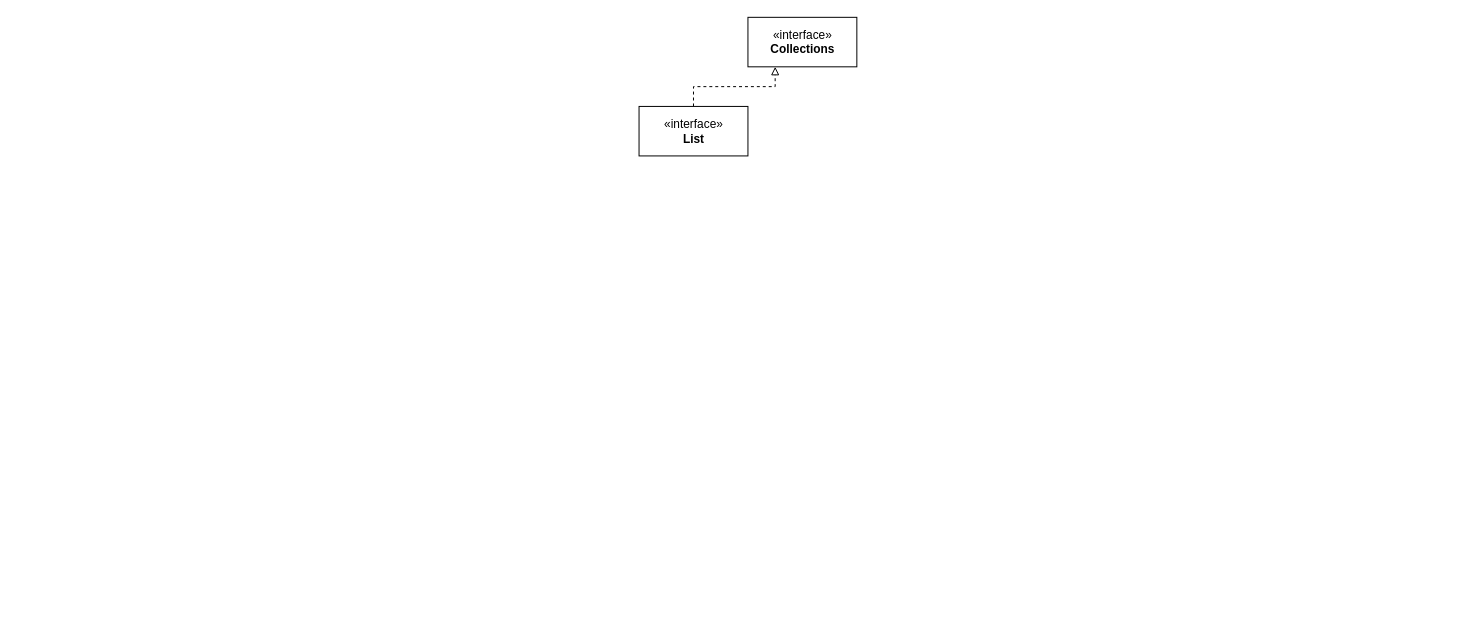
The draw.io diagram page "Collections" (24 of 24) of Untitled Diagram.drawio in antonshikalyov/Diagram-patterns-, before the edit. Source tidied: cells renumbered, new cells numbered last; positions are measured from the earlier drawing's top-left corner, leaving out a move shared by most shapes. Both pictures are drawn from the tidied source at 99%, with x=0, y=0 at pixel (639, 17).
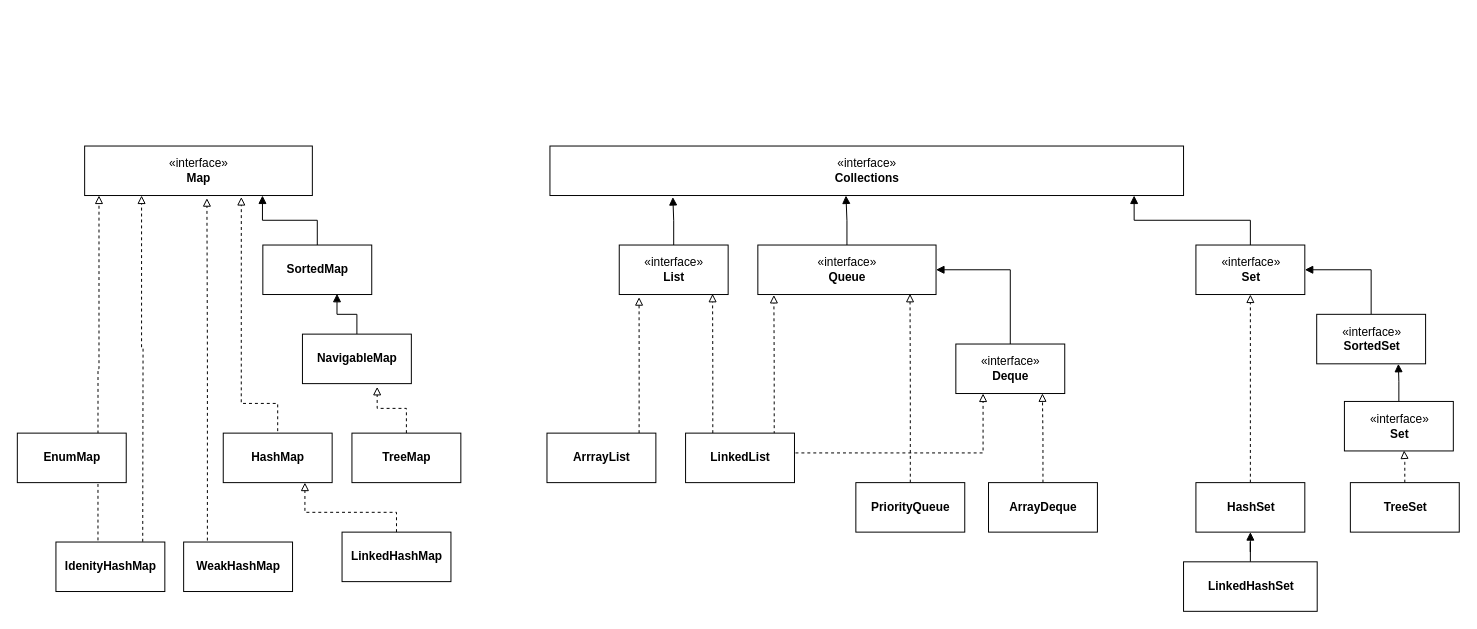
The same page after the edit.

What changed in the source:
```diff
@@
     <mxCell id="2" value="«interface»&lt;br&gt;&lt;b&gt;Collections&lt;/b&gt;" style="html=1;" parent="1" vertex="1">
-      <mxGeometry x="110" width="110" height="50" as="geometry" />
+      <mxGeometry x="-90" y="130" width="640" height="50" as="geometry" />
     </mxCell>
-    <mxCell id="3" style="edgeStyle=orthogonalEdgeStyle;rounded=0;jettySize=auto;html=1;entryX=0.25;entryY=1;entryDx=0;entryDy=0;dashed=1;endArrow=block;endFill=0;" parent="1" edge="1" source="4" target="2">
+    <mxCell id="3" style="edgeStyle=orthogonalEdgeStyle;rounded=0;jettySize=auto;html=1;entryX=0.194;entryY=1.031;entryDx=0;entryDy=0;endArrow=block;endFill=1;exitX=0.5;exitY=0;exitDx=0;exitDy=0;entryPerimeter=0;" parent="1" edge="1" source="4" target="2">
       <mxGeometry relative="1" as="geometry" />
     </mxCell>
     <mxCell id="4" value="«interface»&lt;br&gt;&lt;b&gt;List&lt;/b&gt;" style="html=1;" parent="1" vertex="1">
-      <mxGeometry y="90" width="110" height="50" as="geometry" />
+      <mxGeometry x="-20" y="230" width="110" height="50" as="geometry" />
     </mxCell>
+    <mxCell id="5" style="edgeStyle=orthogonalEdgeStyle;rounded=0;jettySize=auto;html=1;entryX=0.182;entryY=1.054;entryDx=0;entryDy=0;dashed=1;endArrow=block;endFill=0;exitX=0.846;exitY=0;exitDx=0;exitDy=0;exitPerimeter=0;entryPerimeter=0;" parent="1" edge="1" source="6" target="4">
+      <mxGeometry relative="1" as="geometry" />
+    </mxCell>
+    <mxCell id="6" value="&lt;b&gt;ArrrayList&lt;/b&gt;" style="html=1;" parent="1" vertex="1">
+      <mxGeometry x="-93" y="420" width="110" height="50" as="geometry" />
+    </mxCell>
+    <mxCell id="7" style="edgeStyle=orthogonalEdgeStyle;rounded=0;jettySize=auto;html=1;entryX=0.857;entryY=0.986;entryDx=0;entryDy=0;entryPerimeter=0;dashed=1;endArrow=block;endFill=0;exitX=0.25;exitY=0;exitDx=0;exitDy=0;" parent="1" edge="1" source="10" target="4">
+      <mxGeometry relative="1" as="geometry" />
+    </mxCell>
+    <mxCell id="8" style="edgeStyle=orthogonalEdgeStyle;rounded=0;jettySize=auto;html=1;entryX=0.09;entryY=1.009;entryDx=0;entryDy=0;entryPerimeter=0;dashed=1;endArrow=block;endFill=0;exitX=0.814;exitY=0.02;exitDx=0;exitDy=0;exitPerimeter=0;" parent="1" edge="1" source="10" target="12">
+      <mxGeometry relative="1" as="geometry" />
+    </mxCell>
+    <mxCell id="9" style="edgeStyle=orthogonalEdgeStyle;rounded=0;jettySize=auto;html=1;dashed=1;endArrow=block;endFill=0;entryX=0.25;entryY=1;entryDx=0;entryDy=0;exitX=1;exitY=0.5;exitDx=0;exitDy=0;" parent="1" edge="1" source="10">
+      <mxGeometry relative="1" as="geometry">
+        <mxPoint x="347.5" y="380" as="targetPoint" />
+        <Array as="points">
+          <mxPoint x="157" y="440" />
+          <mxPoint x="347" y="440" />
+        </Array>
+      </mxGeometry>
+    </mxCell>
+    <mxCell id="10" value="&lt;b&gt;LinkedList&lt;/b&gt;" style="html=1;" parent="1" vertex="1">
+      <mxGeometry x="47" y="420" width="110" height="50" as="geometry" />
+    </mxCell>
+    <mxCell id="11" style="edgeStyle=orthogonalEdgeStyle;rounded=0;jettySize=auto;html=1;endArrow=block;endFill=1;exitX=0.5;exitY=0;exitDx=0;exitDy=0;" parent="1" edge="1" source="12">
+      <mxGeometry relative="1" as="geometry">
+        <mxPoint x="209" y="180" as="targetPoint" />
+      </mxGeometry>
+    </mxCell>
+    <mxCell id="12" value="«interface»&lt;br&gt;&lt;b&gt;Queue&lt;/b&gt;" style="html=1;" parent="1" vertex="1">
+      <mxGeometry x="120" y="230" width="180" height="50" as="geometry" />
+    </mxCell>
+    <mxCell id="13" style="edgeStyle=orthogonalEdgeStyle;rounded=0;jettySize=auto;html=1;entryX=1;entryY=0.5;entryDx=0;entryDy=0;endArrow=block;endFill=1;exitX=0.5;exitY=0;exitDx=0;exitDy=0;" parent="1" edge="1" source="14" target="12">
+      <mxGeometry relative="1" as="geometry" />
+    </mxCell>
+    <mxCell id="14" value="«interface»&lt;br&gt;&lt;b&gt;Deque&lt;/b&gt;" style="html=1;" parent="1" vertex="1">
+      <mxGeometry x="320" y="330" width="110" height="50" as="geometry" />
+    </mxCell>
+    <mxCell id="15" style="edgeStyle=orthogonalEdgeStyle;rounded=0;jettySize=auto;html=1;endArrow=block;endFill=0;dashed=1;entryX=0.854;entryY=0.986;entryDx=0;entryDy=0;entryPerimeter=0;" parent="1" edge="1" source="16" target="12">
+      <mxGeometry relative="1" as="geometry" />
+    </mxCell>
+    <mxCell id="16" value="&lt;b&gt;PriorityQueue&lt;/b&gt;" style="html=1;" parent="1" vertex="1">
+      <mxGeometry x="219" y="470" width="110" height="50" as="geometry" />
+    </mxCell>
+    <mxCell id="17" value="«interface»&lt;br&gt;&lt;b&gt;Map&lt;br&gt;&lt;/b&gt;" style="html=1;" parent="1" vertex="1">
+      <mxGeometry x="-560" y="130" width="230" height="50" as="geometry" />
+    </mxCell>
+    <mxCell id="18" style="edgeStyle=orthogonalEdgeStyle;rounded=0;jettySize=auto;html=1;entryX=0.063;entryY=1;entryDx=0;entryDy=0;entryPerimeter=0;endArrow=block;endFill=0;dashed=1;exitX=0.386;exitY=-0.033;exitDx=0;exitDy=0;exitPerimeter=0;" parent="1" edge="1" source="25" target="17">
+      <mxGeometry relative="1" as="geometry" />
+    </mxCell>
+    <mxCell id="19" value="&lt;b&gt;EnumMap&lt;/b&gt;" style="html=1;" parent="1" vertex="1">
+      <mxGeometry x="-628" y="420" width="110" height="50" as="geometry" />
+    </mxCell>
+    <mxCell id="20" style="edgeStyle=orthogonalEdgeStyle;rounded=0;jettySize=auto;html=1;entryX=0.781;entryY=1;entryDx=0;entryDy=0;entryPerimeter=0;endArrow=block;endFill=1;" parent="1" edge="1" source="21" target="17">
+      <mxGeometry relative="1" as="geometry" />
+    </mxCell>
+    <mxCell id="21" value="&lt;b&gt;SortedMap&lt;br&gt;&lt;/b&gt;" style="html=1;" parent="1" vertex="1">
+      <mxGeometry x="-380" y="230" width="110" height="50" as="geometry" />
+    </mxCell>
+    <mxCell id="22" style="edgeStyle=orthogonalEdgeStyle;rounded=0;jettySize=auto;html=1;entryX=0.681;entryY=0.986;entryDx=0;entryDy=0;entryPerimeter=0;endArrow=block;endFill=1;" parent="1" edge="1" source="23" target="21">
+      <mxGeometry relative="1" as="geometry" />
+    </mxCell>
+    <mxCell id="23" value="&lt;b&gt;NavigableMap&lt;br&gt;&lt;/b&gt;" style="html=1;" parent="1" vertex="1">
+      <mxGeometry x="-340" y="320" width="110" height="50" as="geometry" />
+    </mxCell>
+    <mxCell id="24" style="edgeStyle=orthogonalEdgeStyle;rounded=0;jettySize=auto;html=1;dashed=1;endArrow=block;endFill=0;entryX=0.25;entryY=1;entryDx=0;entryDy=0;exitX=0.797;exitY=-0.006;exitDx=0;exitDy=0;exitPerimeter=0;" parent="1" edge="1" source="25">
+      <mxGeometry relative="1" as="geometry">
+        <mxPoint x="-502.5" y="180" as="targetPoint" />
+        <Array as="points">
+          <mxPoint x="-501" y="507" />
+          <mxPoint x="-501" y="334" />
+          <mxPoint x="-503" y="334" />
+        </Array>
+      </mxGeometry>
+    </mxCell>
+    <mxCell id="25" value="&lt;b&gt;IdenityHashMap&lt;/b&gt;" style="html=1;" parent="1" vertex="1">
+      <mxGeometry x="-589" y="530" width="110" height="50" as="geometry" />
+    </mxCell>
+    <mxCell id="26" style="edgeStyle=orthogonalEdgeStyle;rounded=0;jettySize=auto;html=1;dashed=1;endArrow=block;endFill=0;entryX=0.688;entryY=1.031;entryDx=0;entryDy=0;entryPerimeter=0;" parent="1" edge="1" target="17">
+      <mxGeometry relative="1" as="geometry">
+        <mxPoint x="-365" y="430" as="sourcePoint" />
+        <Array as="points">
+          <mxPoint x="-365" y="390" />
+          <mxPoint x="-402" y="390" />
+        </Array>
+      </mxGeometry>
+    </mxCell>
+    <mxCell id="27" value="&lt;b&gt;HashMap&lt;/b&gt;" style="html=1;" parent="1" vertex="1">
+      <mxGeometry x="-420" y="420" width="110" height="50" as="geometry" />
+    </mxCell>
+    <mxCell id="28" style="edgeStyle=orthogonalEdgeStyle;rounded=0;jettySize=auto;html=1;dashed=1;endArrow=block;endFill=0;exitX=0.218;exitY=-0.029;exitDx=0;exitDy=0;exitPerimeter=0;entryX=0.537;entryY=1.054;entryDx=0;entryDy=0;entryPerimeter=0;" parent="1" edge="1" source="29" target="17">
+      <mxGeometry relative="1" as="geometry">
+        <Array as="points">
+          <mxPoint x="-436" y="344" />
+        </Array>
+      </mxGeometry>
+    </mxCell>
+    <mxCell id="29" value="&lt;b&gt;WeakHashMap&lt;/b&gt;" style="html=1;" parent="1" vertex="1">
+      <mxGeometry x="-460" y="530" width="110" height="50" as="geometry" />
+    </mxCell>
+    <mxCell id="30" style="edgeStyle=orthogonalEdgeStyle;rounded=0;jettySize=auto;html=1;entryX=0.75;entryY=1;entryDx=0;entryDy=0;dashed=1;endArrow=block;endFill=0;exitX=0.5;exitY=0;exitDx=0;exitDy=0;" parent="1" edge="1" source="31" target="27">
+      <mxGeometry relative="1" as="geometry">
+        <Array as="points">
+          <mxPoint x="-245" y="500" />
+          <mxPoint x="-337" y="500" />
+        </Array>
+      </mxGeometry>
+    </mxCell>
+    <mxCell id="31" value="&lt;b&gt;LinkedHashMap&lt;/b&gt;" style="html=1;" parent="1" vertex="1">
+      <mxGeometry x="-300" y="520" width="110" height="50" as="geometry" />
+    </mxCell>
+    <mxCell id="32" style="edgeStyle=orthogonalEdgeStyle;rounded=0;jettySize=auto;html=1;entryX=0.686;entryY=1.066;entryDx=0;entryDy=0;entryPerimeter=0;dashed=1;endArrow=block;endFill=0;" parent="1" edge="1" source="33" target="23">
+      <mxGeometry relative="1" as="geometry" />
+    </mxCell>
+    <mxCell id="33" value="&lt;b&gt;TreeMap&lt;/b&gt;" style="html=1;" parent="1" vertex="1">
+      <mxGeometry x="-290" y="420" width="110" height="50" as="geometry" />
+    </mxCell>
+    <mxCell id="34" style="edgeStyle=orthogonalEdgeStyle;rounded=0;jettySize=auto;html=1;entryX=0.795;entryY=0.997;entryDx=0;entryDy=0;dashed=1;endArrow=block;endFill=0;entryPerimeter=0;" parent="1" edge="1" source="35" target="14">
+      <mxGeometry relative="1" as="geometry" />
+    </mxCell>
+    <mxCell id="35" value="&lt;b&gt;ArrayDeque&lt;/b&gt;" style="html=1;" parent="1" vertex="1">
+      <mxGeometry x="353" y="470" width="110" height="50" as="geometry" />
+    </mxCell>
+    <mxCell id="36" style="edgeStyle=orthogonalEdgeStyle;rounded=0;jettySize=auto;html=1;entryX=0.922;entryY=1;entryDx=0;entryDy=0;entryPerimeter=0;endArrow=block;endFill=1;exitX=0.5;exitY=0;exitDx=0;exitDy=0;" parent="1" edge="1" source="37" target="2">
+      <mxGeometry relative="1" as="geometry" />
+    </mxCell>
+    <mxCell id="37" value="«interface»&lt;br&gt;&lt;b&gt;Set&lt;/b&gt;" style="html=1;" parent="1" vertex="1">
+      <mxGeometry x="562.5" y="230" width="110" height="50" as="geometry" />
+    </mxCell>
+    <mxCell id="38" style="edgeStyle=orthogonalEdgeStyle;rounded=0;jettySize=auto;html=1;entryX=0.5;entryY=1;entryDx=0;entryDy=0;endArrow=block;endFill=0;dashed=1;" parent="1" edge="1" source="39" target="37">
+      <mxGeometry relative="1" as="geometry" />
+    </mxCell>
+    <mxCell id="39" value="&lt;b&gt;HashSet&lt;/b&gt;" style="html=1;" parent="1" vertex="1">
+      <mxGeometry x="562.5" y="470" width="110" height="50" as="geometry" />
+    </mxCell>
+    <mxCell id="40" style="edgeStyle=orthogonalEdgeStyle;rounded=0;jettySize=auto;html=1;entryX=0.548;entryY=0.991;entryDx=0;entryDy=0;entryPerimeter=0;dashed=1;endArrow=block;endFill=0;" parent="1" edge="1" source="41" target="47">
+      <mxGeometry relative="1" as="geometry" />
+    </mxCell>
+    <mxCell id="41" value="&lt;b&gt;TreeSet&lt;/b&gt;" style="html=1;" parent="1" vertex="1">
+      <mxGeometry x="718.5" y="470" width="110" height="50" as="geometry" />
+    </mxCell>
+    <mxCell id="42" style="edgeStyle=orthogonalEdgeStyle;rounded=0;jettySize=auto;html=1;entryX=0.5;entryY=1;entryDx=0;entryDy=0;endArrow=block;endFill=1;" parent="1" edge="1" source="43" target="39">
+      <mxGeometry relative="1" as="geometry" />
+    </mxCell>
+    <mxCell id="43" value="&lt;b&gt;LinkedHashSet&lt;/b&gt;" style="html=1;" parent="1" vertex="1">
+      <mxGeometry x="550" y="550" width="135" height="50" as="geometry" />
+    </mxCell>
+    <mxCell id="44" style="edgeStyle=orthogonalEdgeStyle;rounded=0;jettySize=auto;html=1;entryX=1;entryY=0.5;entryDx=0;entryDy=0;endArrow=block;endFill=1;exitX=0.5;exitY=0;exitDx=0;exitDy=0;" parent="1" edge="1" source="45" target="37">
+      <mxGeometry relative="1" as="geometry" />
+    </mxCell>
+    <mxCell id="45" value="«interface»&lt;br&gt;&lt;b&gt;SortedSet&lt;/b&gt;" style="html=1;" parent="1" vertex="1">
+      <mxGeometry x="684.5" y="300" width="110" height="50" as="geometry" />
+    </mxCell>
+    <mxCell id="46" style="edgeStyle=orthogonalEdgeStyle;rounded=0;jettySize=auto;html=1;entryX=0.75;entryY=1;entryDx=0;entryDy=0;endArrow=block;endFill=1;" parent="1" edge="1" source="47" target="45">
+      <mxGeometry relative="1" as="geometry" />
+    </mxCell>
+    <mxCell id="47" value="«interface»&lt;br&gt;&lt;b&gt;Set&lt;/b&gt;" style="html=1;" parent="1" vertex="1">
+      <mxGeometry x="712.5" y="388" width="110" height="50" as="geometry" />
+    </mxCell>
```
